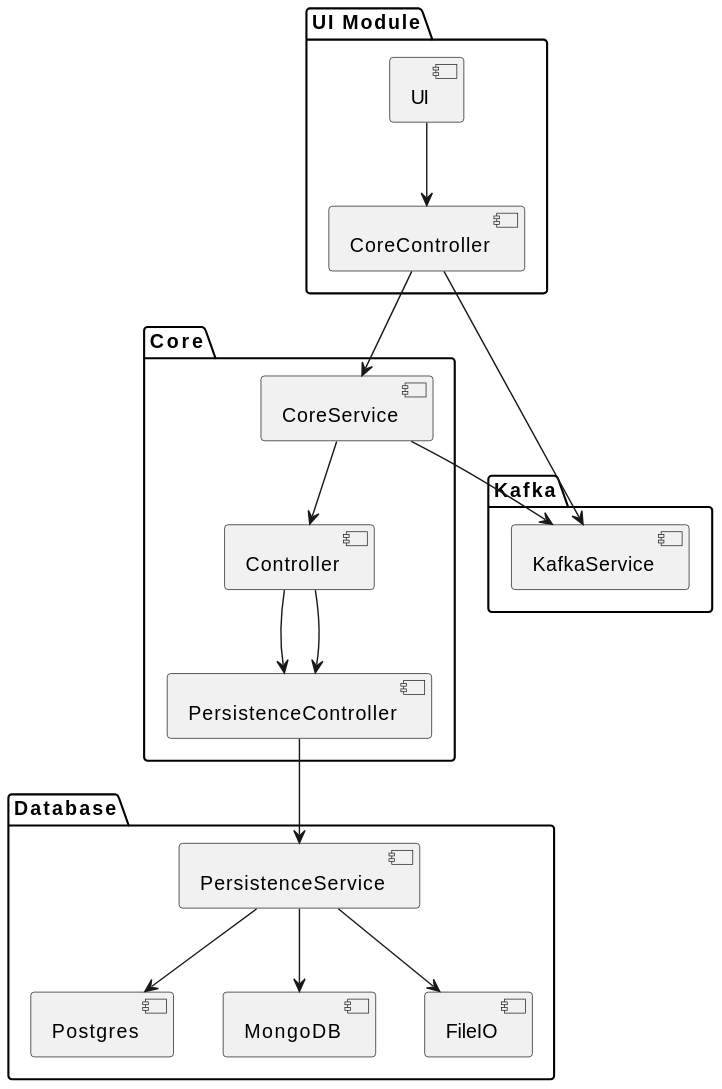
This is arch.svg from FelixSubject211/ToyBrokersLudo, a PlantUML export, as it was before one commit.
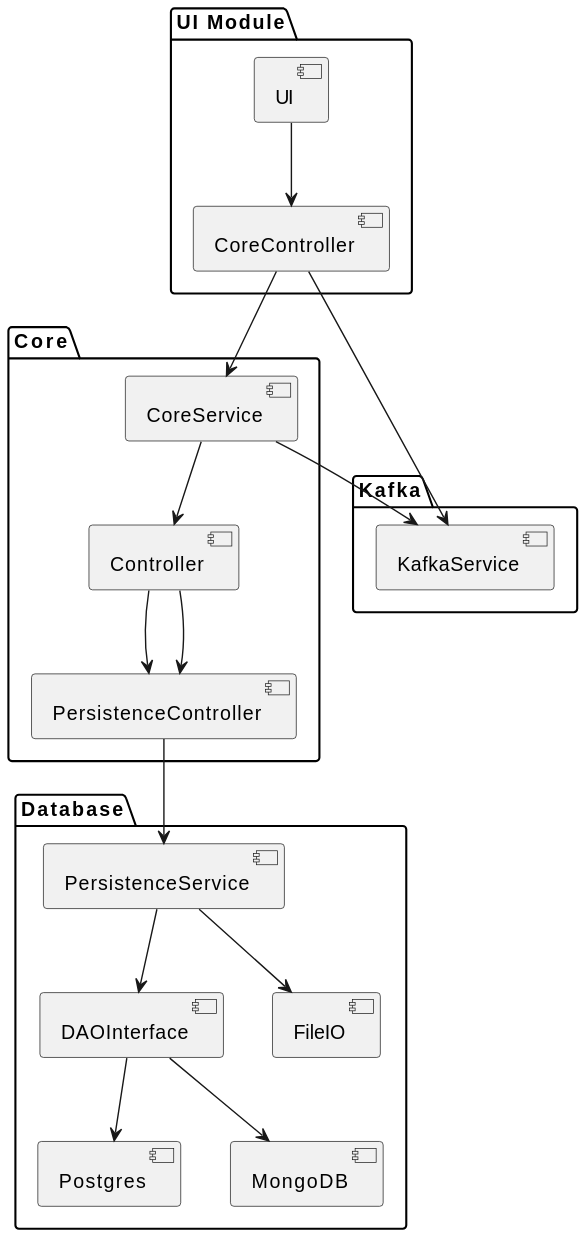
After the change.

Diff of the diagram source:
```diff
@@ -7,8 +7,9 @@
   [Controller] --> [PersistenceController]
 }
 package "Database" {
-  [PersistenceService] --> [Postgres]
-  [PersistenceService] --> [MongoDB]
+  [PersistenceService] --> [DAOInterface]
+  [DAOInterface] --> [Postgres]
+  [DAOInterface] --> [MongoDB]
   [PersistenceService] --> [FileIO]
 }
 package "Kafka" {
```
